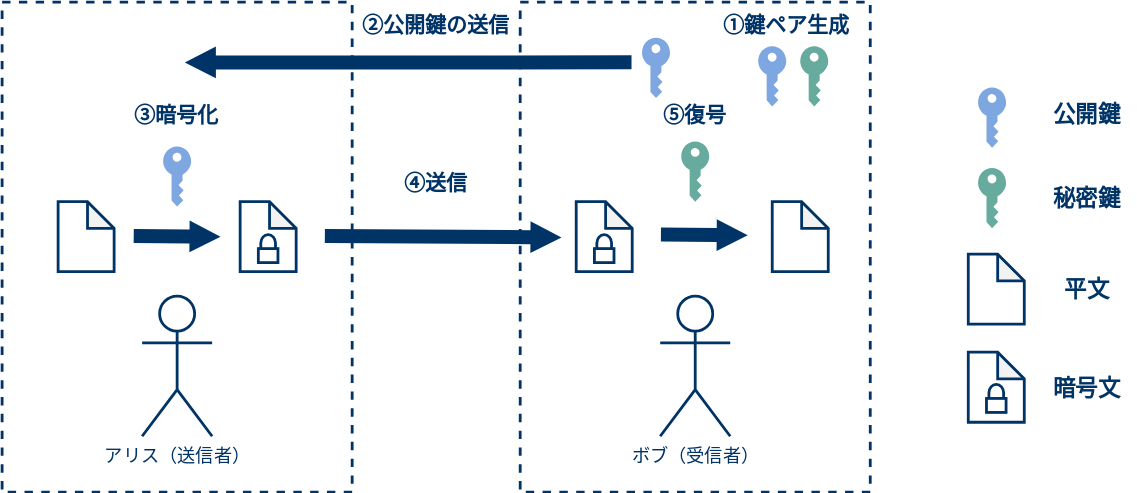
Above: img/5-pubkey.svg in akakou-doc/pubkey-crypto (draw.io), before the change. Source tidied: cells renumbered, new cells last; positions are measured from the earlier drawing's top-left corner, leaving out a move shared by most shapes.
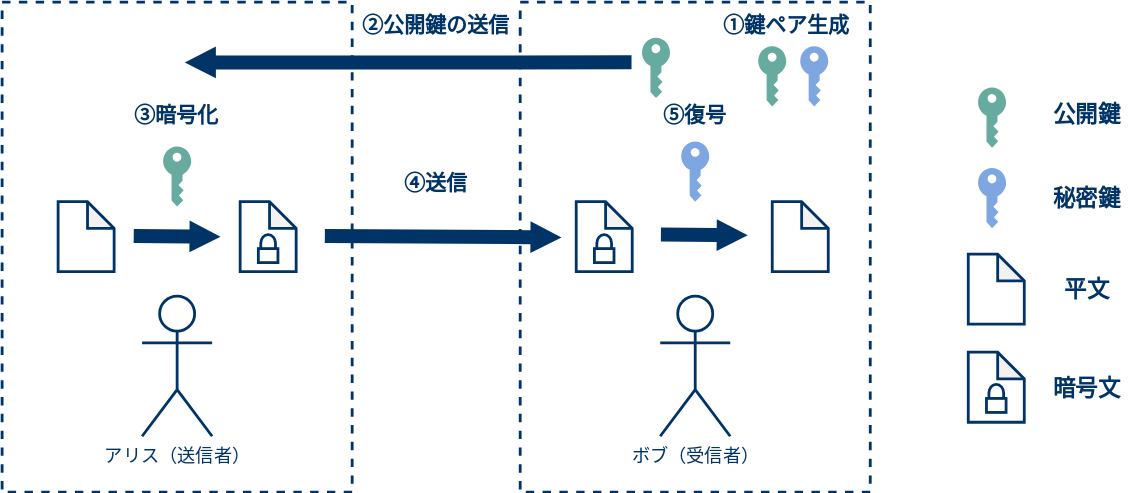
After the change.

Change to the diagram source:
```diff
@@ -23,10 +23,10 @@
     <mxCell id="7" value="&lt;font color=&quot;#003366&quot;&gt;&lt;br&gt;&lt;br&gt;&lt;/font&gt;" style="shape=note;whiteSpace=wrap;html=1;backgroundOutline=1;darkOpacity=0.05;size=19;gradientColor=none;fillColor=#FFFFFF;strokeColor=#003366;strokeWidth=2;" parent="1" vertex="1">
       <mxGeometry x="170" y="142.5" width="40" height="50" as="geometry" />
     </mxCell>
-    <mxCell id="8" style="shadow=0;dashed=0;html=1;strokeColor=none;labelPosition=center;verticalLabelPosition=bottom;verticalAlign=top;align=center;shape=mxgraph.office.security.key_permissions;fillColor=#7EA6E0;" parent="1" vertex="1">
+    <mxCell id="8" style="shadow=0;dashed=0;html=1;strokeColor=none;labelPosition=center;verticalLabelPosition=bottom;verticalAlign=top;align=center;shape=mxgraph.office.security.key_permissions;fillColor=#67AB9F;" parent="1" vertex="1">
       <mxGeometry x="115" y="103" width="20" height="43" as="geometry" />
     </mxCell>
-    <mxCell id="9" style="shadow=0;dashed=0;html=1;strokeColor=none;labelPosition=center;verticalLabelPosition=bottom;verticalAlign=top;align=center;shape=mxgraph.office.security.key_permissions;fillColor=#67AB9F;" parent="1" vertex="1">
+    <mxCell id="9" style="shadow=0;dashed=0;html=1;strokeColor=none;labelPosition=center;verticalLabelPosition=bottom;verticalAlign=top;align=center;shape=mxgraph.office.security.key_permissions;fillColor=#7EA6E0;" parent="1" vertex="1">
       <mxGeometry x="485" y="99.5" width="20" height="43" as="geometry" />
     </mxCell>
     <mxCell id="10" value="&lt;font color=&quot;#003366&quot;&gt;&lt;br&gt;&lt;br&gt;&lt;/font&gt;" style="shape=note;whiteSpace=wrap;html=1;backgroundOutline=1;darkOpacity=0.05;size=19;gradientColor=none;fillColor=#FFFFFF;strokeColor=#003366;strokeWidth=2;" parent="1" vertex="1">
@@ -74,7 +74,7 @@
     <mxCell id="22" style="html=1;verticalLabelPosition=bottom;align=center;labelBackgroundColor=#ffffff;verticalAlign=top;strokeWidth=2;strokeColor=#003366;shadow=0;dashed=0;shape=mxgraph.ios7.icons.locked;" parent="1" vertex="1">
       <mxGeometry x="703" y="273" width="14" height="20" as="geometry" />
     </mxCell>
-    <mxCell id="23" style="shadow=0;dashed=0;html=1;strokeColor=none;labelPosition=center;verticalLabelPosition=bottom;verticalAlign=top;align=center;shape=mxgraph.office.security.key_permissions;fillColor=#7EA6E0;" parent="1" vertex="1">
+    <mxCell id="23" style="shadow=0;dashed=0;html=1;strokeColor=none;labelPosition=center;verticalLabelPosition=bottom;verticalAlign=top;align=center;shape=mxgraph.office.security.key_permissions;fillColor=#67AB9F;" parent="1" vertex="1">
       <mxGeometry x="697" y="61" width="20" height="43" as="geometry" />
     </mxCell>
     <mxCell id="24" value="&lt;font color=&quot;#003366&quot;&gt;&lt;span style=&quot;font-size: 16px&quot;&gt;&lt;b&gt;公開鍵&lt;/b&gt;&lt;/span&gt;&lt;/font&gt;" style="text;html=1;strokeColor=none;fillColor=none;align=center;verticalAlign=middle;whiteSpace=wrap;rounded=0;dashed=1;" parent="1" vertex="1">
@@ -92,19 +92,19 @@
         <mxPoint x="130" y="43" as="targetPoint" />
       </mxGeometry>
     </mxCell>
-    <mxCell id="28" style="shadow=0;dashed=0;html=1;strokeColor=none;labelPosition=center;verticalLabelPosition=bottom;verticalAlign=top;align=center;shape=mxgraph.office.security.key_permissions;fillColor=#7EA6E0;" parent="1" vertex="1">
+    <mxCell id="28" style="shadow=0;dashed=0;html=1;strokeColor=none;labelPosition=center;verticalLabelPosition=bottom;verticalAlign=top;align=center;shape=mxgraph.office.security.key_permissions;fillColor=#67AB9F;" parent="1" vertex="1">
       <mxGeometry x="457" y="25.5" width="20" height="43" as="geometry" />
     </mxCell>
     <mxCell id="29" value="&lt;font style=&quot;font-size: 15px&quot; color=&quot;#003366&quot;&gt;&lt;b&gt;③暗号化&lt;/b&gt;&lt;/font&gt;" style="text;html=1;strokeColor=none;fillColor=none;align=center;verticalAlign=middle;whiteSpace=wrap;rounded=0;dashed=1;" parent="1" vertex="1">
       <mxGeometry x="45" y="70" width="160" height="20" as="geometry" />
     </mxCell>
-    <mxCell id="30" style="shadow=0;dashed=0;html=1;strokeColor=none;labelPosition=center;verticalLabelPosition=bottom;verticalAlign=top;align=center;shape=mxgraph.office.security.key_permissions;fillColor=#7EA6E0;" parent="1" vertex="1">
+    <mxCell id="30" style="shadow=0;dashed=0;html=1;strokeColor=none;labelPosition=center;verticalLabelPosition=bottom;verticalAlign=top;align=center;shape=mxgraph.office.security.key_permissions;fillColor=#67AB9F;" parent="1" vertex="1">
       <mxGeometry x="540" y="31.5" width="20" height="43" as="geometry" />
     </mxCell>
-    <mxCell id="31" style="shadow=0;dashed=0;html=1;strokeColor=none;labelPosition=center;verticalLabelPosition=bottom;verticalAlign=top;align=center;shape=mxgraph.office.security.key_permissions;fillColor=#67AB9F;" parent="1" vertex="1">
+    <mxCell id="31" style="shadow=0;dashed=0;html=1;strokeColor=none;labelPosition=center;verticalLabelPosition=bottom;verticalAlign=top;align=center;shape=mxgraph.office.security.key_permissions;fillColor=#7EA6E0;" parent="1" vertex="1">
       <mxGeometry x="570" y="31.5" width="20" height="43" as="geometry" />
     </mxCell>
-    <mxCell id="32" style="shadow=0;dashed=0;html=1;strokeColor=none;labelPosition=center;verticalLabelPosition=bottom;verticalAlign=top;align=center;shape=mxgraph.office.security.key_permissions;fillColor=#67AB9F;" parent="1" vertex="1">
+    <mxCell id="32" style="shadow=0;dashed=0;html=1;strokeColor=none;labelPosition=center;verticalLabelPosition=bottom;verticalAlign=top;align=center;shape=mxgraph.office.security.key_permissions;fillColor=#7EA6E0;" parent="1" vertex="1">
       <mxGeometry x="697" y="118.5" width="20" height="43" as="geometry" />
     </mxCell>
     <mxCell id="33" value="&lt;font color=&quot;#003366&quot;&gt;&lt;span style=&quot;font-size: 16px&quot;&gt;&lt;b&gt;秘密鍵&lt;/b&gt;&lt;/span&gt;&lt;/font&gt;" style="text;html=1;strokeColor=none;fillColor=none;align=center;verticalAlign=middle;whiteSpace=wrap;rounded=0;dashed=1;" parent="1" vertex="1">
```
